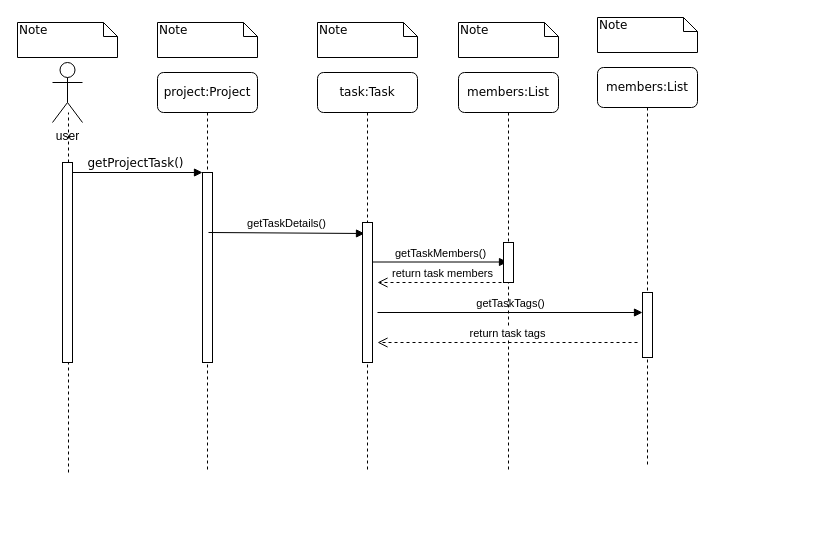
Above: Behavioral Modeling/seq diagram - task - see task details .drawio in amirabbas8/ScrumOfficer (draw.io), before the change. Source tidied: cells renumbered, new cells numbered last; positions are measured from the earlier drawing's top-left corner, leaving out a move shared by most shapes. Both pictures are drawn from the tidied source at 100%, with x=0, y=0 at pixel (17, 17).
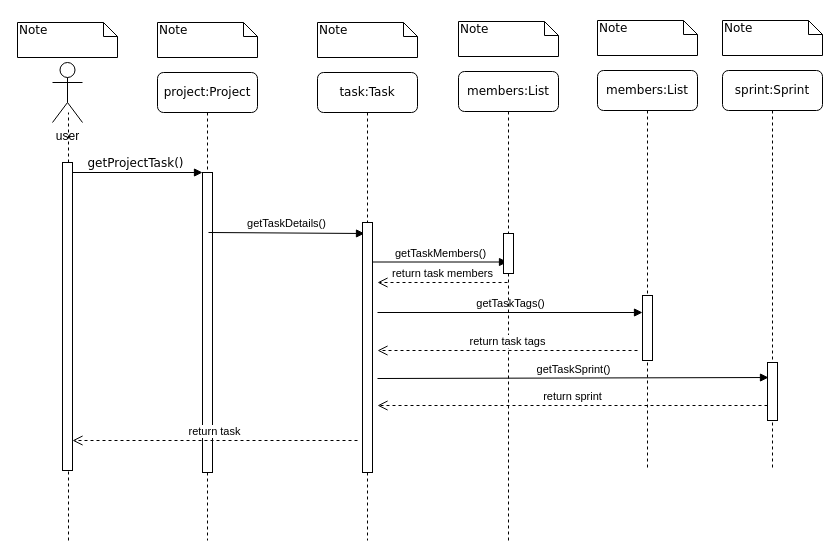
After the change.

Commit message:
see task seq dgrm #21

What changed in the source:
```diff
@@
     <mxCell id="2" value="project:Project&lt;br&gt;" style="shape=umlLifeline;perimeter=lifelinePerimeter;whiteSpace=wrap;html=1;rounded=1;shadow=0;comic=0;labelBackgroundColor=none;strokeColor=#000000;strokeWidth=1;fillColor=#FFFFFF;fontFamily=Verdana;fontSize=12;fontColor=#000000;align=center;" parent="1" vertex="1">
-      <mxGeometry x="140" y="55" width="100" height="400" as="geometry" />
+      <mxGeometry x="140" y="55" width="100" height="468" as="geometry" />
     </mxCell>
     <mxCell id="3" style="html=1;points=[];perimeter=orthogonalPerimeter;rounded=0;shadow=0;comic=0;labelBackgroundColor=none;strokeColor=#000000;strokeWidth=1;fillColor=#FFFFFF;fontFamily=Verdana;fontSize=12;fontColor=#000000;align=center;" parent="2" vertex="1">
-      <mxGeometry x="45" y="100" width="10" height="190" as="geometry" />
+      <mxGeometry x="45" y="100" width="10" height="300" as="geometry" />
     </mxCell>
@@
     <mxCell id="5" value="task:Task&lt;br&gt;" style="shape=umlLifeline;perimeter=lifelinePerimeter;whiteSpace=wrap;html=1;rounded=1;shadow=0;comic=0;labelBackgroundColor=none;strokeColor=#000000;strokeWidth=1;fillColor=#FFFFFF;fontFamily=Verdana;fontSize=12;fontColor=#000000;align=center;" parent="1" vertex="1">
-      <mxGeometry x="300" y="55" width="100" height="400" as="geometry" />
+      <mxGeometry x="300" y="55" width="100" height="468" as="geometry" />
     </mxCell>
     <mxCell id="6" style="html=1;perimeter=orthogonalPerimeter;rounded=0;shadow=0;comic=0;labelBackgroundColor=none;strokeColor=#000000;strokeWidth=1;fillColor=#FFFFFF;fontFamily=Verdana;fontSize=12;fontColor=#000000;align=center;" parent="5" vertex="1">
-      <mxGeometry x="45" y="150" width="10" height="140" as="geometry" />
+      <mxGeometry x="45" y="150" width="10" height="250" as="geometry" />
     </mxCell>
@@
+    <mxCell id="25" value="getTaskSprint()" style="html=1;verticalAlign=bottom;endArrow=block;entryX=0.1;entryY=0.259;entryDx=0;entryDy=0;entryPerimeter=0;" parent="5" edge="1" target="28">
+      <mxGeometry relative="1" as="geometry">
+        <mxPoint x="60" y="306" as="sourcePoint" />
+      </mxGeometry>
+    </mxCell>
@@
     <mxCell id="15" style="html=1;points=[];perimeter=orthogonalPerimeter;" parent="1" vertex="1">
-      <mxGeometry x="45" y="145" width="10" height="200" as="geometry" />
+      <mxGeometry x="45" y="145" width="10" height="308" as="geometry" />
     </mxCell>
     <mxCell id="16" style="endArrow=none;dashed=1;html=1;" parent="1" edge="1" target="15">
       <mxGeometry relative="1" as="geometry">
-        <mxPoint x="51" y="455" as="sourcePoint" />
+        <mxPoint x="51" y="523" as="sourcePoint" />
       </mxGeometry>
     </mxCell>
     <mxCell id="17" value="members:List&lt;br&gt;" style="shape=umlLifeline;perimeter=lifelinePerimeter;whiteSpace=wrap;html=1;rounded=1;shadow=0;comic=0;labelBackgroundColor=none;strokeColor=#000000;strokeWidth=1;fillColor=#FFFFFF;fontFamily=Verdana;fontSize=12;fontColor=#000000;align=center;" parent="1" vertex="1">
-      <mxGeometry x="441" y="55" width="100" height="400" as="geometry" />
+      <mxGeometry x="441" y="54" width="100" height="469" as="geometry" />
     </mxCell>
     <mxCell id="18" style="html=1;perimeter=orthogonalPerimeter;rounded=0;shadow=0;comic=0;labelBackgroundColor=none;strokeColor=#000000;strokeWidth=1;fillColor=#FFFFFF;fontFamily=Verdana;fontSize=12;fontColor=#000000;align=center;" parent="17" vertex="1">
-      <mxGeometry x="45" y="170" width="10" height="40" as="geometry" />
+      <mxGeometry x="45" y="162" width="10" height="40" as="geometry" />
     </mxCell>
     <mxCell id="19" value="Note" style="shape=note;whiteSpace=wrap;html=1;size=14;verticalAlign=top;align=left;spacingTop=-6;rounded=0;shadow=0;comic=0;labelBackgroundColor=none;strokeColor=#000000;strokeWidth=1;fillColor=#FFFFFF;fontFamily=Verdana;fontSize=12;fontColor=#000000;" parent="1" vertex="1">
-      <mxGeometry x="441" y="5" width="100" height="35" as="geometry" />
+      <mxGeometry x="441" y="4" width="100" height="35" as="geometry" />
     </mxCell>
@@
     <mxCell id="21" value="members:List&lt;br&gt;" style="shape=umlLifeline;perimeter=lifelinePerimeter;whiteSpace=wrap;html=1;rounded=1;shadow=0;comic=0;labelBackgroundColor=none;strokeColor=#000000;strokeWidth=1;fillColor=#FFFFFF;fontFamily=Verdana;fontSize=12;fontColor=#000000;align=center;" parent="1" vertex="1">
-      <mxGeometry x="580" y="50" width="100" height="400" as="geometry" />
+      <mxGeometry x="580" y="53" width="100" height="400" as="geometry" />
     </mxCell>
@@
+    <mxCell id="26" value="return sprint" style="html=1;verticalAlign=bottom;endArrow=open;dashed=1;endSize=8;" parent="21" edge="1">
+      <mxGeometry relative="1" as="geometry">
+        <mxPoint x="170" y="335" as="sourcePoint" />
+        <mxPoint x="-220" y="335" as="targetPoint" />
+      </mxGeometry>
+    </mxCell>
     <mxCell id="23" value="Note" style="shape=note;whiteSpace=wrap;html=1;size=14;verticalAlign=top;align=left;spacingTop=-6;rounded=0;shadow=0;comic=0;labelBackgroundColor=none;strokeColor=#000000;strokeWidth=1;fillColor=#FFFFFF;fontFamily=Verdana;fontSize=12;fontColor=#000000;" parent="1" vertex="1">
-      <mxGeometry x="580" width="100" height="35" as="geometry" />
+      <mxGeometry x="580" y="3" width="100" height="35" as="geometry" />
     </mxCell>
     <mxCell id="24" value="return task tags" style="html=1;verticalAlign=bottom;endArrow=open;dashed=1;endSize=8;" parent="1" edge="1">
       <mxGeometry relative="1" as="geometry">
-        <mxPoint x="620" y="325" as="sourcePoint" />
-        <mxPoint x="360" y="325" as="targetPoint" />
+        <mxPoint x="620" y="333" as="sourcePoint" />
+        <mxPoint x="360" y="333" as="targetPoint" />
       </mxGeometry>
     </mxCell>
+    <mxCell id="27" value="sprint:Sprint&lt;br&gt;" style="shape=umlLifeline;perimeter=lifelinePerimeter;whiteSpace=wrap;html=1;rounded=1;shadow=0;comic=0;labelBackgroundColor=none;strokeColor=#000000;strokeWidth=1;fillColor=#FFFFFF;fontFamily=Verdana;fontSize=12;fontColor=#000000;align=center;" parent="1" vertex="1">
+      <mxGeometry x="705" y="53" width="100" height="400" as="geometry" />
+    </mxCell>
+    <mxCell id="28" style="html=1;points=[];perimeter=orthogonalPerimeter;rounded=0;shadow=0;comic=0;labelBackgroundColor=none;strokeColor=#000000;strokeWidth=1;fillColor=#FFFFFF;fontFamily=Verdana;fontSize=12;fontColor=#000000;align=center;" parent="27" vertex="1">
+      <mxGeometry x="45" y="292" width="10" height="58" as="geometry" />
+    </mxCell>
+    <mxCell id="29" value="Note" style="shape=note;whiteSpace=wrap;html=1;size=14;verticalAlign=top;align=left;spacingTop=-6;rounded=0;shadow=0;comic=0;labelBackgroundColor=none;strokeColor=#000000;strokeWidth=1;fillColor=#FFFFFF;fontFamily=Verdana;fontSize=12;fontColor=#000000;" parent="1" vertex="1">
+      <mxGeometry x="705" y="3" width="100" height="35" as="geometry" />
+    </mxCell>
+    <mxCell id="30" value="return task" style="html=1;verticalAlign=bottom;endArrow=open;dashed=1;endSize=8;" parent="1" edge="1" target="15">
+      <mxGeometry relative="1" as="geometry">
+        <mxPoint x="340" y="423" as="sourcePoint" />
+      </mxGeometry>
+    </mxCell>
```
